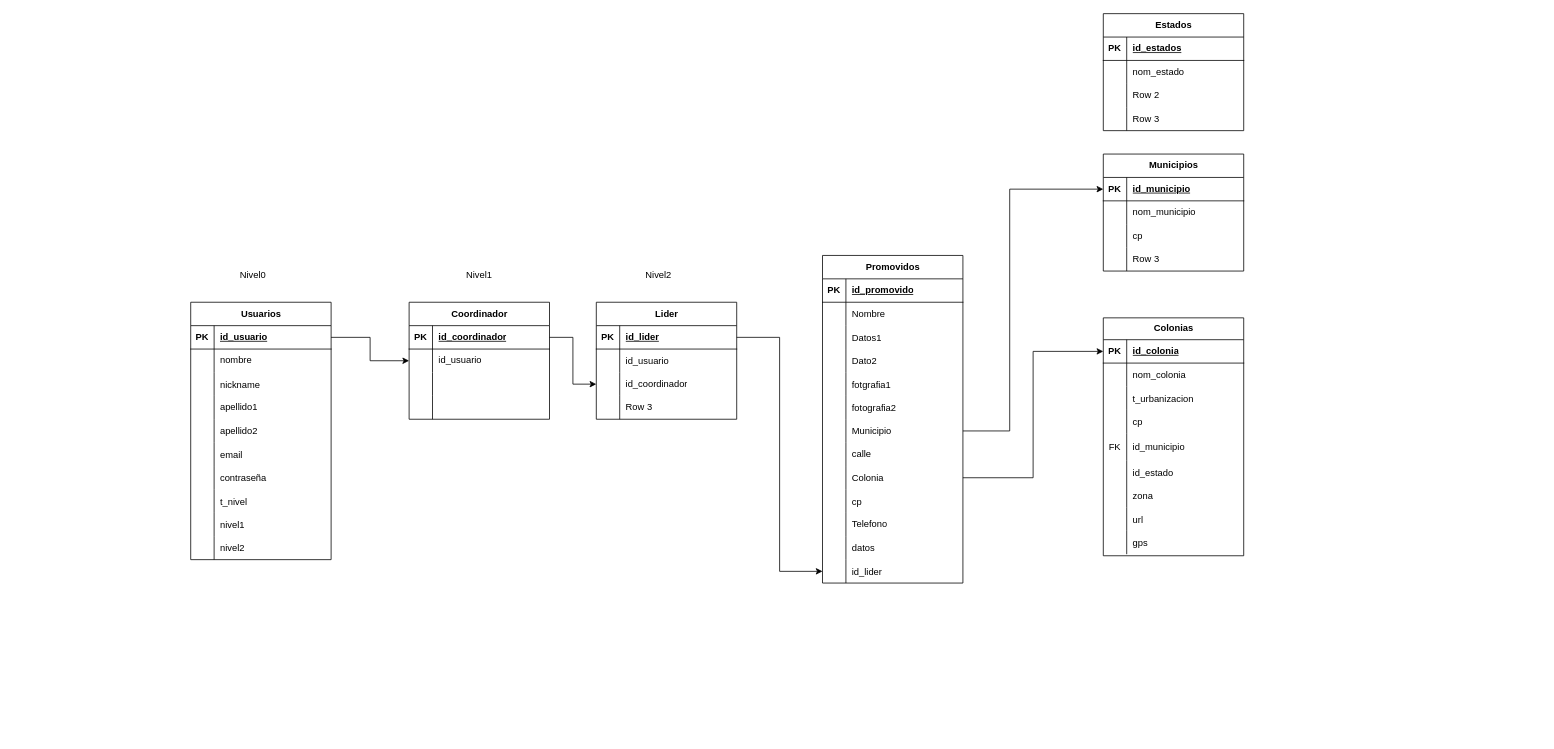
The draw.io diagram Fundacion/Resurces/Modelo_ER.drawio in PatoArteaga/devsolutions.com.mx, before the edit. Source tidied: cells renumbered, new cells numbered last; positions are measured from the earlier drawing's top-left corner, leaving out a move shared by most shapes. Both pictures are drawn from the tidied source at 78%, with x=0, y=0 at pixel (190, 13).
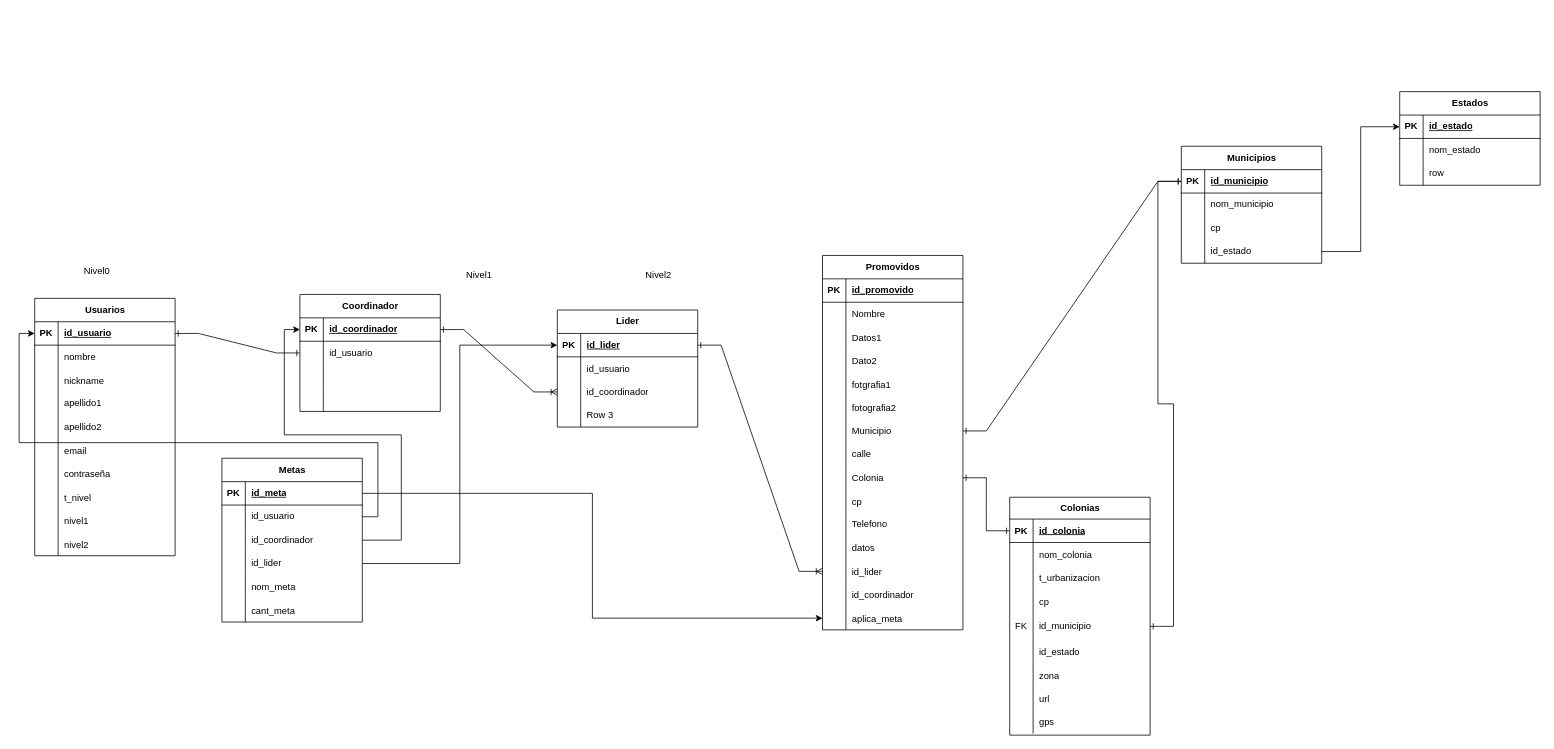
After the change.

Unchanged cells that the change refers to:
```xml
<mxCell id="3" style="shape=tableRow;horizontal=0;startSize=0;swimlaneHead=0;swimlaneBody=0;fillColor=none;points=[[0,0.5],[1,0.5]];portConstraint=eastwest;top=0;left=0;right=0;bottom=1;" parent="2" vertex="1">
  <mxGeometry y="30" width="180" height="30" as="geometry" />
</mxCell>
<mxCell id="34" style="shape=tableRow;horizontal=0;startSize=0;swimlaneHead=0;swimlaneBody=0;fillColor=none;points=[[0,0.5],[1,0.5]];portConstraint=eastwest;top=0;left=0;right=0;bottom=1;" parent="33" vertex="1">
  <mxGeometry y="28" width="180" height="30" as="geometry" />
</mxCell>
<mxCell id="46" style="shape=tableRow;horizontal=0;startSize=0;swimlaneHead=0;swimlaneBody=0;fillColor=none;points=[[0,0.5],[1,0.5]];portConstraint=eastwest;top=0;left=0;right=0;bottom=0;" parent="33" vertex="1">
  <mxGeometry y="148" width="180" height="35" as="geometry" />
</mxCell>
<mxCell id="62" style="shape=tableRow;horizontal=0;startSize=0;swimlaneHead=0;swimlaneBody=0;fillColor=none;points=[[0,0.5],[1,0.5]];portConstraint=eastwest;top=0;left=0;right=0;bottom=1;" parent="61" vertex="1">
  <mxGeometry y="30" width="180" height="30" as="geometry" />
</mxCell>
<mxCell id="71" style="shape=tableRow;horizontal=0;startSize=0;swimlaneHead=0;swimlaneBody=0;fillColor=none;points=[[0,0.5],[1,0.5]];portConstraint=eastwest;top=0;left=0;right=0;bottom=0;" parent="61" vertex="1">
  <mxGeometry y="120" width="180" height="30" as="geometry" />
</mxCell>
<mxCell id="93" style="shape=tableRow;horizontal=0;startSize=0;swimlaneHead=0;swimlaneBody=0;fillColor=none;points=[[0,0.5],[1,0.5]];portConstraint=eastwest;top=0;left=0;right=0;bottom=0;" parent="74" vertex="1">
  <mxGeometry y="210" width="180" height="30" as="geometry" />
</mxCell>
<mxCell id="99" style="shape=tableRow;horizontal=0;startSize=0;swimlaneHead=0;swimlaneBody=0;fillColor=none;points=[[0,0.5],[1,0.5]];portConstraint=eastwest;top=0;left=0;right=0;bottom=0;" parent="74" vertex="1">
  <mxGeometry y="270" width="180" height="30" as="geometry" />
</mxCell>
<mxCell id="111" style="shape=tableRow;horizontal=0;startSize=0;swimlaneHead=0;swimlaneBody=0;fillColor=none;points=[[0,0.5],[1,0.5]];portConstraint=eastwest;top=0;left=0;right=0;bottom=0;" parent="74" vertex="1">
  <mxGeometry y="390" width="180" height="30" as="geometry" />
</mxCell>
<mxCell id="115" style="shape=tableRow;horizontal=0;startSize=0;swimlaneHead=0;swimlaneBody=0;fillColor=none;points=[[0,0.5],[1,0.5]];portConstraint=eastwest;top=0;left=0;right=0;bottom=1;" parent="114" vertex="1">
  <mxGeometry y="30" width="180" height="30" as="geometry" />
</mxCell>
<mxCell id="118" style="shape=tableRow;horizontal=0;startSize=0;swimlaneHead=0;swimlaneBody=0;fillColor=none;points=[[0,0.5],[1,0.5]];portConstraint=eastwest;top=0;left=0;right=0;bottom=0;" parent="114" vertex="1">
  <mxGeometry y="60" width="180" height="30" as="geometry" />
</mxCell>
<mxCell id="128" style="shape=tableRow;horizontal=0;startSize=0;swimlaneHead=0;swimlaneBody=0;fillColor=none;points=[[0,0.5],[1,0.5]];portConstraint=eastwest;top=0;left=0;right=0;bottom=1;" parent="127" vertex="1">
  <mxGeometry y="30" width="180" height="30" as="geometry" />
</mxCell>
<mxCell id="134" style="shape=tableRow;horizontal=0;startSize=0;swimlaneHead=0;swimlaneBody=0;fillColor=none;points=[[0,0.5],[1,0.5]];portConstraint=eastwest;top=0;left=0;right=0;bottom=0;" parent="127" vertex="1">
  <mxGeometry y="90" width="180" height="30" as="geometry" />
</mxCell>
<mxCell id="144" style="shape=tableRow;horizontal=0;startSize=0;swimlaneHead=0;swimlaneBody=0;fillColor=none;points=[[0,0.5],[1,0.5]];portConstraint=eastwest;top=0;left=0;right=0;bottom=1;" parent="143" vertex="1">
  <mxGeometry y="30" width="180" height="30" as="geometry" />
</mxCell>
<mxCell id="150" style="shape=tableRow;horizontal=0;startSize=0;swimlaneHead=0;swimlaneBody=0;fillColor=none;top=0;left=0;right=0;bottom=0;" parent="143" vertex="1">
  <mxGeometry y="90" width="180" height="30" as="geometry" />
</mxCell>
```

Change to the diagram source:
```diff
@@
     <mxCell id="2" value="Usuarios" style="shape=table;startSize=30;childLayout=tableLayout;rowLines=0;fontStyle=1;align=center;html=1;" parent="1" vertex="1">
-      <mxGeometry y="370" width="180" height="330" as="geometry" />
+      <mxGeometry x="-200" y="365" width="180" height="330" as="geometry" />
     </mxCell>
@@
     <mxCell id="33" value="Colonias" style="shape=table;startSize=28;childLayout=tableLayout;rowLines=0;fontStyle=1;align=center;html=1;" parent="1" vertex="1">
-      <mxGeometry x="1170" y="390" width="180" height="305" as="geometry" />
+      <mxGeometry x="1050" y="620" width="180" height="305" as="geometry" />
     </mxCell>
@@
     <mxCell id="61" value="Municipios" style="shape=table;startSize=30;childLayout=tableLayout;rowLines=0;fontStyle=1;align=center;html=1;" parent="1" vertex="1">
-      <mxGeometry x="1170" y="180" width="180" height="150" as="geometry" />
+      <mxGeometry x="1270" y="170" width="180" height="150" as="geometry" />
     </mxCell>
@@
-    <mxCell id="73" value="Row 3" style="shape=partialRectangle;fillColor=none;top=0;left=0;bottom=0;right=0;align=left;spacingLeft=6;overflow=hidden;whiteSpace=wrap;html=1;" parent="71" vertex="1">
+    <mxCell id="73" value="id_estado" style="shape=partialRectangle;fillColor=none;top=0;left=0;bottom=0;right=0;align=left;spacingLeft=6;overflow=hidden;whiteSpace=wrap;html=1;" parent="71" vertex="1">
       <mxGeometry x="30" width="150" height="30" as="geometry" />
     </mxCell>
     <mxCell id="74" value="Promovidos" style="shape=table;startSize=30;childLayout=tableLayout;rowLines=0;fontStyle=1;align=center;html=1;" parent="1" vertex="1">
-      <mxGeometry x="810" y="310" width="180" height="420" as="geometry" />
+      <mxGeometry x="810" y="310" width="180" height="480" as="geometry" />
     </mxCell>
@@
+    <mxCell id="161" style="shape=tableRow;horizontal=0;startSize=0;swimlaneHead=0;swimlaneBody=0;fillColor=none;top=0;left=0;right=0;bottom=0;" parent="74" vertex="1">
+      <mxGeometry y="420" width="180" height="30" as="geometry" />
+    </mxCell>
+    <mxCell id="162" style="shape=partialRectangle;fillColor=none;top=0;left=0;bottom=0;right=0;overflow=hidden;" parent="161" vertex="1">
+      <mxGeometry width="30" height="30" as="geometry" />
+    </mxCell>
+    <mxCell id="163" value="id_coordinador" style="shape=partialRectangle;fillColor=none;top=0;left=0;bottom=0;right=0;align=left;spacingLeft=6;overflow=hidden;" parent="161" vertex="1">
+      <mxGeometry x="30" width="150" height="30" as="geometry" />
+    </mxCell>
+    <mxCell id="164" style="shape=tableRow;horizontal=0;startSize=0;swimlaneHead=0;swimlaneBody=0;fillColor=none;points=[[0,0.5],[1,0.5]];portConstraint=eastwest;top=0;left=0;right=0;bottom=0;" parent="74" vertex="1">
+      <mxGeometry y="450" width="180" height="30" as="geometry" />
+    </mxCell>
+    <mxCell id="165" style="shape=partialRectangle;fillColor=none;top=0;left=0;bottom=0;right=0;overflow=hidden;" parent="164" vertex="1">
+      <mxGeometry width="30" height="30" as="geometry" />
+    </mxCell>
+    <mxCell id="166" value="aplica_meta" style="shape=partialRectangle;fillColor=none;top=0;left=0;bottom=0;right=0;align=left;spacingLeft=6;overflow=hidden;" parent="164" vertex="1">
+      <mxGeometry x="30" width="150" height="30" as="geometry" />
+    </mxCell>
     <mxCell id="114" value="Coordinador" style="shape=table;startSize=30;childLayout=tableLayout;rowLines=0;fontStyle=1;align=center;html=1;" parent="1" vertex="1">
-      <mxGeometry x="280" y="370" width="180" height="150" as="geometry" />
+      <mxGeometry x="140" y="360" width="180" height="150" as="geometry" />
     </mxCell>
@@
     <mxCell id="127" value="Lider" style="shape=table;startSize=30;childLayout=tableLayout;rowLines=0;fontStyle=1;align=center;html=1;" parent="1" vertex="1">
-      <mxGeometry x="520" y="370" width="180" height="150" as="geometry" />
+      <mxGeometry x="470" y="380" width="180" height="150" as="geometry" />
     </mxCell>
@@
-    <mxCell id="140" style="edgeStyle=orthogonalEdgeStyle;rounded=0;jettySize=auto;html=1;exitX=1;exitY=0.5;exitDx=0;exitDy=0;entryX=0;entryY=0.5;entryDx=0;entryDy=0;" parent="1" edge="1" source="3" target="118">
+    <mxCell id="140" style="edgeStyle=entityRelationEdgeStyle;rounded=0;jettySize=auto;html=1;exitX=1;exitY=0.5;exitDx=0;exitDy=0;entryX=0;entryY=0.5;entryDx=0;entryDy=0;endArrow=ERone;endFill=0;startArrow=ERone;startFill=0;" parent="1" edge="1" source="3" target="118">
       <mxGeometry relative="1" as="geometry" />
     </mxCell>
-    <mxCell id="141" style="edgeStyle=orthogonalEdgeStyle;rounded=0;jettySize=auto;html=1;exitX=1;exitY=0.5;exitDx=0;exitDy=0;entryX=0;entryY=0.5;entryDx=0;entryDy=0;" parent="1" edge="1" source="115" target="134">
+    <mxCell id="141" style="edgeStyle=entityRelationEdgeStyle;rounded=0;jettySize=auto;html=1;exitX=1;exitY=0.5;exitDx=0;exitDy=0;entryX=0;entryY=0.5;entryDx=0;entryDy=0;startArrow=ERone;startFill=0;endArrow=ERoneToMany;endFill=0;" parent="1" edge="1" source="115" target="134">
       <mxGeometry relative="1" as="geometry" />
     </mxCell>
-    <mxCell id="142" style="edgeStyle=orthogonalEdgeStyle;rounded=0;jettySize=auto;html=1;exitX=1;exitY=0.5;exitDx=0;exitDy=0;entryX=0;entryY=0.5;entryDx=0;entryDy=0;" parent="1" edge="1" source="128" target="111">
+    <mxCell id="142" style="edgeStyle=entityRelationEdgeStyle;rounded=0;jettySize=auto;html=1;exitX=1;exitY=0.5;exitDx=0;exitDy=0;entryX=0;entryY=0.5;entryDx=0;entryDy=0;endArrow=ERoneToMany;endFill=0;startArrow=ERone;startFill=0;" parent="1" edge="1" source="128" target="111">
       <mxGeometry relative="1" as="geometry" />
     </mxCell>
     <mxCell id="143" value="Estados" style="shape=table;startSize=30;childLayout=tableLayout;rowLines=0;fontStyle=1;align=center;html=1;" parent="1" vertex="1">
-      <mxGeometry x="1170" width="180" height="150" as="geometry" />
+      <mxGeometry x="1550" y="100" width="180" height="120" as="geometry" />
     </mxCell>
@@
-    <mxCell id="146" value="id_estados" style="shape=partialRectangle;fillColor=none;top=0;left=0;bottom=0;right=0;align=left;spacingLeft=6;fontStyle=5;overflow=hidden;whiteSpace=wrap;html=1;" parent="144" vertex="1">
+    <mxCell id="146" value="id_estado" style="shape=partialRectangle;fillColor=none;top=0;left=0;bottom=0;right=0;align=left;spacingLeft=6;fontStyle=5;overflow=hidden;whiteSpace=wrap;html=1;" parent="144" vertex="1">
       <mxGeometry x="30" width="150" height="30" as="geometry" />
     </mxCell>
@@
-    <mxCell id="152" value="Row 2" style="shape=partialRectangle;fillColor=none;top=0;left=0;bottom=0;right=0;align=left;spacingLeft=6;overflow=hidden;whiteSpace=wrap;html=1;" parent="150" vertex="1">
+    <mxCell id="152" value="row" style="shape=partialRectangle;fillColor=none;top=0;left=0;bottom=0;right=0;align=left;spacingLeft=6;overflow=hidden;whiteSpace=wrap;html=1;" parent="150" vertex="1">
       <mxGeometry x="30" width="150" height="30" as="geometry" />
     </mxCell>
-    <mxCell id="153" style="shape=tableRow;horizontal=0;startSize=0;swimlaneHead=0;swimlaneBody=0;fillColor=none;points=[[0,0.5],[1,0.5]];portConstraint=eastwest;top=0;left=0;right=0;bottom=0;" parent="143" vertex="1">
-      <mxGeometry y="120" width="180" height="30" as="geometry" />
-    </mxCell>
-    <mxCell id="154" style="shape=partialRectangle;fillColor=none;top=0;left=0;bottom=0;right=0;overflow=hidden;whiteSpace=wrap;html=1;" parent="153" vertex="1">
-      <mxGeometry width="30" height="30" as="geometry" />
-    </mxCell>
-    <mxCell id="155" value="Row 3" style="shape=partialRectangle;fillColor=none;top=0;left=0;bottom=0;right=0;align=left;spacingLeft=6;overflow=hidden;whiteSpace=wrap;html=1;" parent="153" vertex="1">
-      <mxGeometry x="30" width="150" height="30" as="geometry" />
-    </mxCell>
-    <mxCell id="156" style="edgeStyle=orthogonalEdgeStyle;rounded=0;jettySize=auto;html=1;exitX=1;exitY=0.5;exitDx=0;exitDy=0;entryX=0;entryY=0.5;entryDx=0;entryDy=0;" parent="1" edge="1" source="99" target="34">
+    <mxCell id="156" style="edgeStyle=entityRelationEdgeStyle;rounded=0;jettySize=auto;html=1;exitX=1;exitY=0.5;exitDx=0;exitDy=0;entryX=0;entryY=0.5;entryDx=0;entryDy=0;startArrow=ERone;startFill=0;endArrow=ERone;endFill=0;" parent="1" edge="1" source="99" target="34">
       <mxGeometry relative="1" as="geometry" />
     </mxCell>
-    <mxCell id="157" style="edgeStyle=orthogonalEdgeStyle;rounded=0;jettySize=auto;html=1;exitX=1;exitY=0.5;exitDx=0;exitDy=0;entryX=0;entryY=0.5;entryDx=0;entryDy=0;" parent="1" edge="1" source="93" target="62">
-      <mxGeometry relative="1" as="geometry">
-        <Array as="points">
-          <mxPoint x="1050" y="535" />
-          <mxPoint x="1050" y="225" />
-        </Array>
-      </mxGeometry>
+    <mxCell id="157" style="edgeStyle=entityRelationEdgeStyle;rounded=0;jettySize=auto;html=1;exitX=1;exitY=0.5;exitDx=0;exitDy=0;entryX=0;entryY=0.5;entryDx=0;entryDy=0;startArrow=ERone;startFill=0;endArrow=ERone;endFill=0;" parent="1" edge="1" source="93" target="62">
+      <mxGeometry relative="1" as="geometry" />
     </mxCell>
@@
     <mxCell id="160" value="Nivel0" style="text;html=1;align=center;verticalAlign=middle;whiteSpace=wrap;rounded=0;" parent="1" vertex="1">
-      <mxGeometry x="50" y="320" width="60" height="30" as="geometry" />
+      <mxGeometry x="-150" y="315" width="60" height="30" as="geometry" />
     </mxCell>
+    <mxCell id="167" value="Metas" style="shape=table;startSize=30;childLayout=tableLayout;rowLines=0;fontStyle=1;align=center;html=1;" parent="1" vertex="1">
+      <mxGeometry x="40" y="570" width="180" height="210" as="geometry" />
+    </mxCell>
+    <mxCell id="168" style="shape=tableRow;horizontal=0;startSize=0;swimlaneHead=0;swimlaneBody=0;fillColor=none;points=[[0,0.5],[1,0.5]];portConstraint=eastwest;top=0;left=0;right=0;bottom=1;" parent="167" vertex="1">
+      <mxGeometry y="30" width="180" height="30" as="geometry" />
+    </mxCell>
+    <mxCell id="169" value="PK" style="shape=partialRectangle;fillColor=none;top=0;left=0;bottom=0;right=0;fontStyle=1;overflow=hidden;whiteSpace=wrap;html=1;" parent="168" vertex="1">
+      <mxGeometry width="30" height="30" as="geometry" />
+    </mxCell>
+    <mxCell id="170" value="id_meta" style="shape=partialRectangle;fillColor=none;top=0;left=0;bottom=0;right=0;align=left;spacingLeft=6;fontStyle=5;overflow=hidden;whiteSpace=wrap;html=1;" parent="168" vertex="1">
+      <mxGeometry x="30" width="150" height="30" as="geometry" />
+    </mxCell>
+    <mxCell id="171" style="shape=tableRow;horizontal=0;startSize=0;swimlaneHead=0;swimlaneBody=0;fillColor=none;points=[[0,0.5],[1,0.5]];portConstraint=eastwest;top=0;left=0;right=0;bottom=0;" parent="167" vertex="1">
+      <mxGeometry y="60" width="180" height="30" as="geometry" />
+    </mxCell>
+    <mxCell id="172" style="shape=partialRectangle;fillColor=none;top=0;left=0;bottom=0;right=0;overflow=hidden;whiteSpace=wrap;html=1;" parent="171" vertex="1">
+      <mxGeometry width="30" height="30" as="geometry" />
+    </mxCell>
+    <mxCell id="173" value="id_usuario" style="shape=partialRectangle;fillColor=none;top=0;left=0;bottom=0;right=0;align=left;spacingLeft=6;overflow=hidden;whiteSpace=wrap;html=1;" parent="171" vertex="1">
+      <mxGeometry x="30" width="150" height="30" as="geometry" />
+    </mxCell>
+    <mxCell id="174" style="shape=tableRow;horizontal=0;startSize=0;swimlaneHead=0;swimlaneBody=0;fillColor=none;points=[[0,0.5],[1,0.5]];portConstraint=eastwest;top=0;left=0;right=0;bottom=0;" parent="167" vertex="1">
+      <mxGeometry y="90" width="180" height="30" as="geometry" />
+    </mxCell>
+    <mxCell id="175" style="shape=partialRectangle;fillColor=none;top=0;left=0;bottom=0;right=0;overflow=hidden;whiteSpace=wrap;html=1;" parent="174" vertex="1">
+      <mxGeometry width="30" height="30" as="geometry" />
+    </mxCell>
+    <mxCell id="176" value="id_coordinador" style="shape=partialRectangle;fillColor=none;top=0;left=0;bottom=0;right=0;align=left;spacingLeft=6;overflow=hidden;whiteSpace=wrap;html=1;" parent="174" vertex="1">
+      <mxGeometry x="30" width="150" height="30" as="geometry" />
+    </mxCell>
+    <mxCell id="153" style="shape=tableRow;horizontal=0;startSize=0;swimlaneHead=0;swimlaneBody=0;fillColor=none;points=[[0,0.5],[1,0.5]];portConstraint=eastwest;top=0;left=0;right=0;bottom=0;" parent="167" vertex="1">
+      <mxGeometry y="120" width="180" height="30" as="geometry" />
+    </mxCell>
+    <mxCell id="177" style="shape=partialRectangle;fillColor=none;top=0;left=0;bottom=0;right=0;overflow=hidden;whiteSpace=wrap;html=1;" parent="153" vertex="1">
+      <mxGeometry width="30" height="30" as="geometry" />
+    </mxCell>
+    <mxCell id="178" value="id_lider" style="shape=partialRectangle;fillColor=none;top=0;left=0;bottom=0;right=0;align=left;spacingLeft=6;overflow=hidden;whiteSpace=wrap;html=1;" parent="153" vertex="1">
+      <mxGeometry x="30" width="150" height="30" as="geometry" />
+    </mxCell>
+    <mxCell id="179" style="shape=tableRow;horizontal=0;startSize=0;swimlaneHead=0;swimlaneBody=0;fillColor=none;top=0;left=0;right=0;bottom=0;" parent="167" vertex="1">
+      <mxGeometry y="150" width="180" height="30" as="geometry" />
+    </mxCell>
+    <mxCell id="180" style="shape=partialRectangle;fillColor=none;top=0;left=0;bottom=0;right=0;overflow=hidden;" parent="179" vertex="1">
+      <mxGeometry width="30" height="30" as="geometry" />
+    </mxCell>
+    <mxCell id="181" value="nom_meta" style="shape=partialRectangle;fillColor=none;top=0;left=0;bottom=0;right=0;align=left;spacingLeft=6;overflow=hidden;" parent="179" vertex="1">
+      <mxGeometry x="30" width="150" height="30" as="geometry" />
+    </mxCell>
+    <mxCell id="182" style="shape=tableRow;horizontal=0;startSize=0;swimlaneHead=0;swimlaneBody=0;fillColor=none;top=0;left=0;right=0;bottom=0;" parent="167" vertex="1">
+      <mxGeometry y="180" width="180" height="30" as="geometry" />
+    </mxCell>
+    <mxCell id="183" style="shape=partialRectangle;fillColor=none;top=0;left=0;bottom=0;right=0;overflow=hidden;" parent="182" vertex="1">
+      <mxGeometry width="30" height="30" as="geometry" />
+    </mxCell>
+    <mxCell id="184" value="cant_meta" style="shape=partialRectangle;fillColor=none;top=0;left=0;bottom=0;right=0;align=left;spacingLeft=6;overflow=hidden;" parent="182" vertex="1">
+      <mxGeometry x="30" width="150" height="30" as="geometry" />
+    </mxCell>
+    <mxCell id="185" style="edgeStyle=orthogonalEdgeStyle;rounded=0;jettySize=auto;html=1;exitX=1;exitY=0.5;exitDx=0;exitDy=0;entryX=0;entryY=0.5;entryDx=0;entryDy=0;" parent="1" edge="1" source="171" target="3">
+      <mxGeometry relative="1" as="geometry">
+        <Array as="points">
+          <mxPoint x="240" y="645" />
+          <mxPoint x="240" y="550" />
+          <mxPoint x="-220" y="550" />
+          <mxPoint x="-220" y="410" />
+        </Array>
+      </mxGeometry>
+    </mxCell>
+    <mxCell id="186" style="edgeStyle=orthogonalEdgeStyle;rounded=0;jettySize=auto;html=1;exitX=1;exitY=0.5;exitDx=0;exitDy=0;" parent="1" edge="1" source="168" target="164">
+      <mxGeometry relative="1" as="geometry" />
+    </mxCell>
+    <mxCell id="187" style="edgeStyle=orthogonalEdgeStyle;rounded=0;jettySize=auto;html=1;exitX=1;exitY=0.5;exitDx=0;exitDy=0;entryX=0;entryY=0.5;entryDx=0;entryDy=0;" parent="1" edge="1" source="174" target="115">
+      <mxGeometry relative="1" as="geometry">
+        <Array as="points">
+          <mxPoint x="270" y="675" />
+          <mxPoint x="270" y="540" />
+          <mxPoint x="120" y="540" />
+          <mxPoint x="120" y="405" />
+        </Array>
+      </mxGeometry>
+    </mxCell>
+    <mxCell id="188" style="edgeStyle=orthogonalEdgeStyle;rounded=0;jettySize=auto;html=1;exitX=1;exitY=0.5;exitDx=0;exitDy=0;entryX=0;entryY=0.5;entryDx=0;entryDy=0;" parent="1" edge="1" source="153" target="128">
+      <mxGeometry relative="1" as="geometry" />
+    </mxCell>
+    <mxCell id="189" style="edgeStyle=orthogonalEdgeStyle;rounded=0;jettySize=auto;html=1;exitX=1;exitY=0.5;exitDx=0;exitDy=0;entryX=0;entryY=0.5;entryDx=0;entryDy=0;" parent="1" edge="1" source="71" target="144">
+      <mxGeometry relative="1" as="geometry" />
+    </mxCell>
+    <mxCell id="190" style="edgeStyle=entityRelationEdgeStyle;rounded=0;jettySize=auto;html=1;exitX=1;exitY=0.5;exitDx=0;exitDy=0;entryX=0;entryY=0.5;entryDx=0;entryDy=0;startArrow=ERone;startFill=0;endArrow=ERone;endFill=0;" parent="1" edge="1" source="46" target="62">
+      <mxGeometry relative="1" as="geometry" />
+    </mxCell>
```
